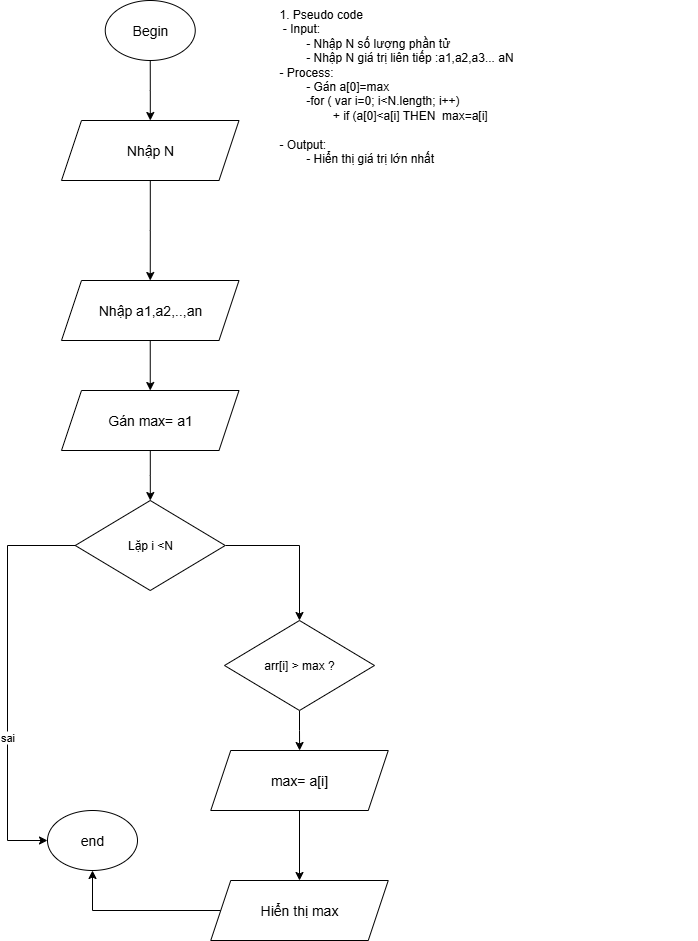
Earlier version of the draw.io export Lesson3/codegym-giá trị max trong dãy.drawio.png (NguyenAnnThu/CodeGymL105). Source tidied: cells renumbered, new cells last; positions are measured from the earlier drawing's top-left corner, leaving out a move shared by most shapes.
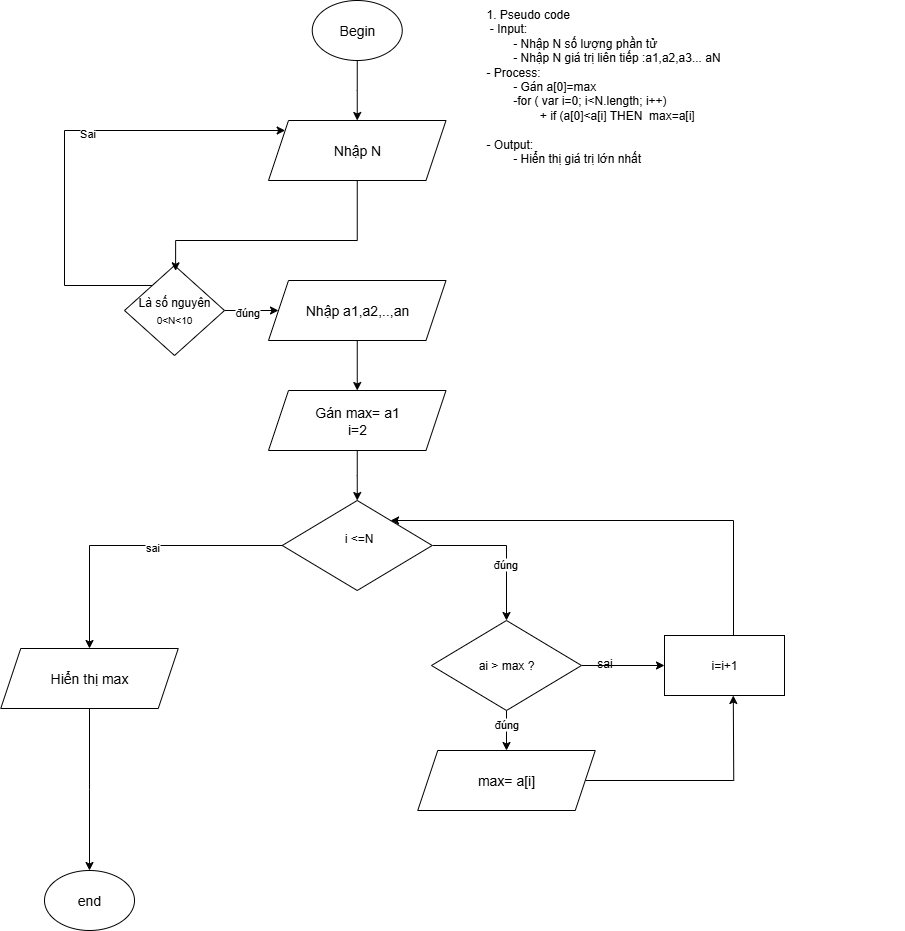
Above is the later version.

Change to the diagram source:
```diff
@@ -17,9 +17,6 @@
     <mxCell id="6" style="edgeStyle=orthogonalEdgeStyle;rounded=0;jettySize=auto;html=1;" parent="1" edge="1" source="3" target="5">
       <mxGeometry relative="1" as="geometry" />
     </mxCell>
-    <mxCell id="7" style="edgeStyle=orthogonalEdgeStyle;rounded=0;jettySize=auto;html=1;entryX=0.5;entryY=0;entryDx=0;entryDy=0;" parent="1" edge="1" source="5" target="12">
-      <mxGeometry relative="1" as="geometry" />
-    </mxCell>
     <mxCell id="8" style="edgeStyle=orthogonalEdgeStyle;rounded=0;jettySize=auto;html=1;" parent="1" edge="1" source="9" target="17">
       <mxGeometry relative="1" as="geometry">
         <Array as="points">
@@ -27,41 +24,47 @@
         </Array>
       </mxGeometry>
     </mxCell>
+    <mxCell id="22" value="đúng" style="edgeLabel;html=1;align=center;verticalAlign=middle;" parent="8" vertex="1">
+      <mxGeometry x="0.24" y="-2" relative="1" as="geometry" />
+    </mxCell>
+    <mxCell id="23" style="edgeStyle=orthogonalEdgeStyle;rounded=0;jettySize=auto;html=1;" parent="1" edge="1" source="9" target="21">
+      <mxGeometry relative="1" as="geometry" />
+    </mxCell>
+    <mxCell id="11" value="sai" style="edgeLabel;html=1;align=center;verticalAlign=middle;" parent="23" vertex="1">
+      <mxGeometry x="-0.12" y="1" relative="1" as="geometry" />
+    </mxCell>
-    <mxCell id="9" value="Lặp i &amp;lt;N" style="rhombus;whiteSpace=wrap;html=1;" parent="1" vertex="1">
+    <mxCell id="9" value="&amp;nbsp;i &amp;lt;=N&lt;div&gt;&lt;br&gt;&lt;/div&gt;" style="rhombus;whiteSpace=wrap;html=1;" parent="1" vertex="1">
       <mxGeometry x="67.8" y="500" width="150" height="90" as="geometry" />
     </mxCell>
-    <mxCell id="10" style="edgeStyle=orthogonalEdgeStyle;rounded=0;jettySize=auto;html=1;" parent="1" edge="1" source="9" target="15">
-      <mxGeometry relative="1" as="geometry">
-        <Array as="points">
-          <mxPoint y="545" />
-          <mxPoint y="840" />
-        </Array>
-      </mxGeometry>
-    </mxCell>
-    <mxCell id="11" value="sai" style="edgeLabel;html=1;align=center;verticalAlign=middle;" parent="10" vertex="1">
-      <mxGeometry x="0.29" y="-1" relative="1" as="geometry" />
-    </mxCell>
     <mxCell id="12" value="&lt;div&gt;&lt;span style=&quot;font-size: 14px;&quot;&gt;Nhập a1,a2,..,an&lt;/span&gt;&lt;/div&gt;" style="shape=parallelogram;perimeter=parallelogramPerimeter;whiteSpace=wrap;html=1;fixedSize=1;" parent="1" vertex="1">
       <mxGeometry x="54" y="280" width="177.5" height="60" as="geometry" />
     </mxCell>
     <mxCell id="13" style="edgeStyle=orthogonalEdgeStyle;rounded=0;jettySize=auto;html=1;" parent="1" edge="1" source="14" target="9">
       <mxGeometry relative="1" as="geometry" />
     </mxCell>
-    <mxCell id="14" value="&lt;div&gt;&lt;span style=&quot;font-size: 14px;&quot;&gt;Gán max= a1&lt;/span&gt;&lt;/div&gt;" style="shape=parallelogram;perimeter=parallelogramPerimeter;whiteSpace=wrap;html=1;fixedSize=1;" parent="1" vertex="1">
+    <mxCell id="14" value="&lt;div&gt;&lt;span style=&quot;font-size: 14px;&quot;&gt;Gán max= a1&lt;/span&gt;&lt;/div&gt;&lt;div&gt;&lt;span style=&quot;font-size: 14px;&quot;&gt;i=2&lt;/span&gt;&lt;/div&gt;" style="shape=parallelogram;perimeter=parallelogramPerimeter;whiteSpace=wrap;html=1;fixedSize=1;" parent="1" vertex="1">
       <mxGeometry x="54" y="390" width="177.5" height="60" as="geometry" />
     </mxCell>
     <mxCell id="15" value="&lt;span style=&quot;font-size: 14px;&quot;&gt;end&lt;/span&gt;" style="ellipse;whiteSpace=wrap;html=1;" parent="1" vertex="1">
-      <mxGeometry x="40" y="810" width="90" height="60" as="geometry" />
+      <mxGeometry x="-170" y="870" width="90" height="60" as="geometry" />
     </mxCell>
     <mxCell id="16" style="edgeStyle=orthogonalEdgeStyle;rounded=0;jettySize=auto;html=1;" parent="1" edge="1" source="17" target="19">
       <mxGeometry relative="1" as="geometry" />
     </mxCell>
+    <mxCell id="24" value="đúng" style="edgeLabel;html=1;align=center;verticalAlign=middle;" parent="16" vertex="1">
+      <mxGeometry x="-0.3" y="-1" relative="1" as="geometry" />
+    </mxCell>
+    <mxCell id="25" style="edgeStyle=orthogonalEdgeStyle;rounded=0;jettySize=auto;html=1;" parent="1" edge="1" source="17" target="34">
+      <mxGeometry relative="1" as="geometry" />
+    </mxCell>
-    <mxCell id="17" value="arr[i] &amp;gt; max ?" style="rhombus;whiteSpace=wrap;html=1;" parent="1" vertex="1">
+    <mxCell id="17" value="ai &amp;gt; max ?" style="rhombus;whiteSpace=wrap;html=1;" parent="1" vertex="1">
       <mxGeometry x="217" y="620" width="150" height="90" as="geometry" />
     </mxCell>
-    <mxCell id="18" style="edgeStyle=orthogonalEdgeStyle;rounded=0;jettySize=auto;html=1;" parent="1" edge="1" source="19" target="21">
-      <mxGeometry relative="1" as="geometry" />
-    </mxCell>
+    <mxCell id="26" style="edgeStyle=orthogonalEdgeStyle;rounded=0;jettySize=auto;html=1;" parent="1" edge="1" source="19">
+      <mxGeometry relative="1" as="geometry">
+        <mxPoint x="518.8" y="695" as="targetPoint" />
+      </mxGeometry>
+    </mxCell>
     <mxCell id="19" value="&lt;span style=&quot;font-size: 14px;&quot;&gt;max= a[i]&lt;/span&gt;" style="shape=parallelogram;perimeter=parallelogramPerimeter;whiteSpace=wrap;html=1;fixedSize=1;" parent="1" vertex="1">
       <mxGeometry x="203.2" y="750" width="177.5" height="60" as="geometry" />
     </mxCell>
@@ -69,7 +72,48 @@
       <mxGeometry relative="1" as="geometry" />
     </mxCell>
     <mxCell id="21" value="&lt;span style=&quot;font-size: 14px;&quot;&gt;Hiển thị max&lt;/span&gt;" style="shape=parallelogram;perimeter=parallelogramPerimeter;whiteSpace=wrap;html=1;fixedSize=1;" parent="1" vertex="1">
-      <mxGeometry x="203.2" y="880" width="177.5" height="60" as="geometry" />
+      <mxGeometry x="-213.8" y="648" width="177.5" height="60" as="geometry" />
     </mxCell>
+    <mxCell id="27" style="edgeStyle=orthogonalEdgeStyle;rounded=0;jettySize=auto;html=1;" parent="1" edge="1" source="34" target="9">
+      <mxGeometry relative="1" as="geometry">
+        <Array as="points">
+          <mxPoint x="519" y="520" />
+        </Array>
+      </mxGeometry>
+    </mxCell>
+    <mxCell id="28" style="edgeStyle=orthogonalEdgeStyle;rounded=0;jettySize=auto;html=1;" parent="1" edge="1" source="32" target="5">
+      <mxGeometry relative="1" as="geometry">
+        <Array as="points">
+          <mxPoint x="-150" y="285" />
+          <mxPoint x="-150" y="130" />
+        </Array>
+      </mxGeometry>
+    </mxCell>
+    <mxCell id="29" value="Sai" style="edgeLabel;html=1;align=center;verticalAlign=middle;" parent="28" vertex="1">
+      <mxGeometry x="0.14" y="-2" relative="1" as="geometry" />
+    </mxCell>
+    <mxCell id="30" style="edgeStyle=orthogonalEdgeStyle;rounded=0;jettySize=auto;html=1;" parent="1" edge="1" source="32" target="12">
+      <mxGeometry relative="1" as="geometry" />
+    </mxCell>
+    <mxCell id="31" value="đúng" style="edgeLabel;html=1;align=center;verticalAlign=middle;" parent="30" vertex="1">
+      <mxGeometry x="-0.17" y="-1" relative="1" as="geometry" />
+    </mxCell>
+    <mxCell id="32" value="Là số nguyên&lt;div&gt;&lt;sub&gt;0&amp;lt;N&amp;lt;10&lt;/sub&gt;&lt;/div&gt;" style="rhombus;whiteSpace=wrap;html=1;" parent="1" vertex="1">
+      <mxGeometry x="-90" y="265" width="100" height="90" as="geometry" />
+    </mxCell>
+    <mxCell id="33" style="edgeStyle=orthogonalEdgeStyle;rounded=0;jettySize=auto;html=1;entryX=0.511;entryY=0.059;entryDx=0;entryDy=0;entryPerimeter=0;" parent="1" edge="1" source="5" target="32">
+      <mxGeometry relative="1" as="geometry">
+        <Array as="points">
+          <mxPoint x="143" y="240" />
+          <mxPoint x="-39" y="240" />
+        </Array>
+      </mxGeometry>
+    </mxCell>
+    <mxCell id="34" value="i=i+1" style="rounded=0;whiteSpace=wrap;html=1;" parent="1" vertex="1">
+      <mxGeometry x="450" y="635" width="120" height="60" as="geometry" />
+    </mxCell>
+    <mxCell id="35" value="sai" style="text;html=1;align=center;verticalAlign=middle;strokeColor=none;fillColor=none;" parent="1" vertex="1">
+      <mxGeometry x="370" y="648" width="40" height="30" as="geometry" />
+    </mxCell>
   </root>
 </mxGraphModel>
```
